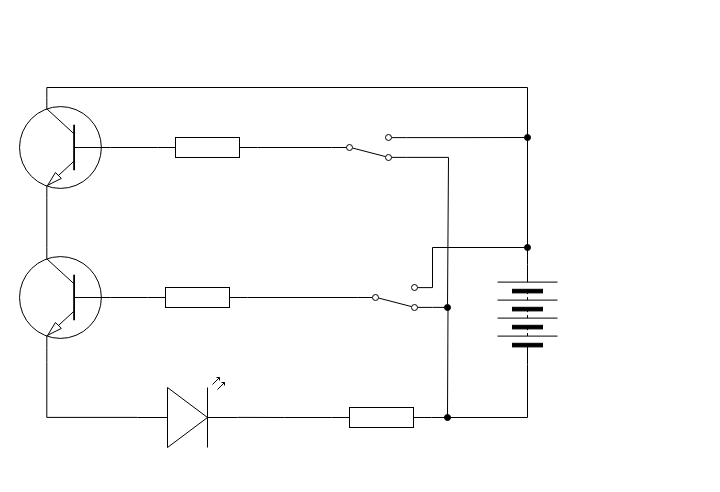
sophie-nguyen-0/TEJ3M-Unit4 keeps this draw.io diagram as unit4-08/4-08diagram.drawio. Above is the earlier version. Source tidied: cells renumbered, new cells numbered last; positions are measured from the earlier drawing's top-left corner, leaving out a move shared by most shapes. Both pictures are drawn from the tidied source at 100%, with x=0, y=0 at pixel (17, 97).
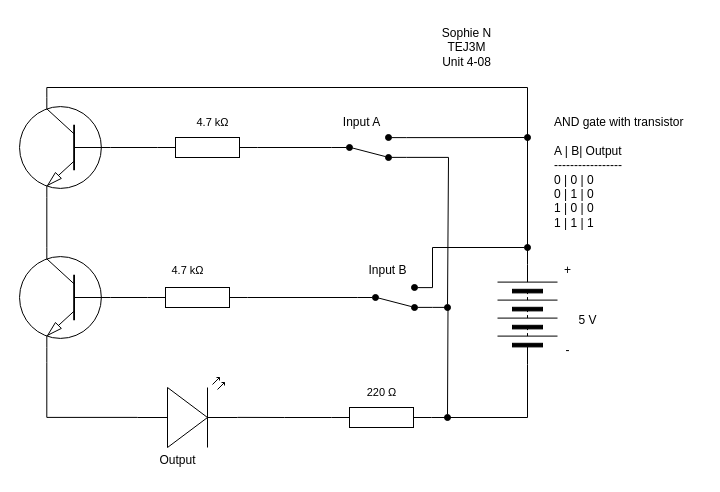
The same page after the edit.

What changed in the source:
```diff
@@
-    <mxCell id="8" style="html=1;shape=mxgraph.electrical.electro-mechanical.twoWaySwitch;elSwitchState=2;flipV=1;" parent="1" vertex="1">
+    <mxCell id="8" style="html=1;shape=mxgraph.electrical.electro-mechanical.twoWaySwitch;elSwitchState=2;flipV=1;fillColor=#000000;" parent="1" vertex="1">
       <mxGeometry x="340" y="187" width="75" height="26" as="geometry" />
     </mxCell>
@@
-    <mxCell id="13" style="html=1;shape=mxgraph.electrical.electro-mechanical.twoWaySwitch;elSwitchState=2;flipV=1;" parent="1" vertex="1">
+    <mxCell id="13" style="html=1;shape=mxgraph.electrical.electro-mechanical.twoWaySwitch;elSwitchState=2;flipV=1;fillColor=#000000;" parent="1" vertex="1">
       <mxGeometry x="314" y="37" width="75" height="26" as="geometry" />
     </mxCell>
@@
+    <mxCell id="24" value="Sophie N&lt;div&gt;TEJ3M&lt;/div&gt;&lt;div&gt;Unit 4-08&lt;/div&gt;" style="text;html=1;align=center;verticalAlign=middle;strokeColor=none;fillColor=none;" parent="1" vertex="1">
+      <mxGeometry x="414" y="-80" width="70" height="60" as="geometry" />
+    </mxCell>
+    <mxCell id="25" value="AND gate with transistor&lt;div&gt;&lt;br&gt;&lt;/div&gt;&lt;div&gt;A | B| Output&lt;/div&gt;&lt;div&gt;-----------------&lt;/div&gt;&lt;div&gt;0 | 0 | 0&lt;/div&gt;&lt;div&gt;0 | 1 | 0&lt;/div&gt;&lt;div&gt;1 | 0 | 0&lt;/div&gt;&lt;div&gt;1 | 1 | 1&lt;/div&gt;" style="text;html=1;align=left;verticalAlign=middle;strokeColor=none;fillColor=none;" parent="1" vertex="1">
+      <mxGeometry x="535" y="10" width="150" height="130" as="geometry" />
+    </mxCell>
+    <mxCell id="26" value="Input A" style="text;html=1;align=center;verticalAlign=middle;strokeColor=none;fillColor=none;" parent="1" vertex="1">
+      <mxGeometry x="314" y="10" width="60" height="30" as="geometry" />
+    </mxCell>
+    <mxCell id="27" value="5 V" style="text;html=1;align=center;verticalAlign=middle;strokeColor=none;fillColor=none;" parent="1" vertex="1">
+      <mxGeometry x="550" y="208" width="40" height="30" as="geometry" />
+    </mxCell>
+    <mxCell id="28" value="-" style="text;html=1;align=center;verticalAlign=middle;strokeColor=none;fillColor=none;" parent="1" vertex="1">
+      <mxGeometry x="535" y="238" width="30" height="30" as="geometry" />
+    </mxCell>
+    <mxCell id="29" value="+" style="text;html=1;align=center;verticalAlign=middle;strokeColor=none;fillColor=none;" parent="1" vertex="1">
+      <mxGeometry x="535" y="158" width="30" height="30" as="geometry" />
+    </mxCell>
+    <mxCell id="30" value="Input B" style="text;html=1;align=center;verticalAlign=middle;strokeColor=none;fillColor=none;" parent="1" vertex="1">
+      <mxGeometry x="340" y="158" width="60" height="30" as="geometry" />
+    </mxCell>
+    <mxCell id="31" value="4.7 kΩ" style="text;html=1;align=center;verticalAlign=middle;strokeColor=none;fillColor=none;fontFamily=Helvetica;fontSize=11;fontColor=default;labelBackgroundColor=default;" parent="1" vertex="1">
+      <mxGeometry x="140" y="158" width="60" height="30" as="geometry" />
+    </mxCell>
+    <mxCell id="32" value="4.7 kΩ" style="text;html=1;align=center;verticalAlign=middle;strokeColor=none;fillColor=none;fontFamily=Helvetica;fontSize=11;fontColor=default;labelBackgroundColor=default;" parent="1" vertex="1">
+      <mxGeometry x="165" y="10" width="60" height="30" as="geometry" />
+    </mxCell>
+    <mxCell id="33" value="220&amp;nbsp;Ω" style="text;html=1;align=center;verticalAlign=middle;strokeColor=none;fillColor=none;fontFamily=Helvetica;fontSize=11;fontColor=default;labelBackgroundColor=default;" parent="1" vertex="1">
+      <mxGeometry x="339" y="280" width="50" height="30" as="geometry" />
+    </mxCell>
+    <mxCell id="34" value="Output" style="text;html=1;align=center;verticalAlign=middle;strokeColor=none;fillColor=none;" parent="1" vertex="1">
+      <mxGeometry x="130" y="348" width="60" height="30" as="geometry" />
+    </mxCell>
```
